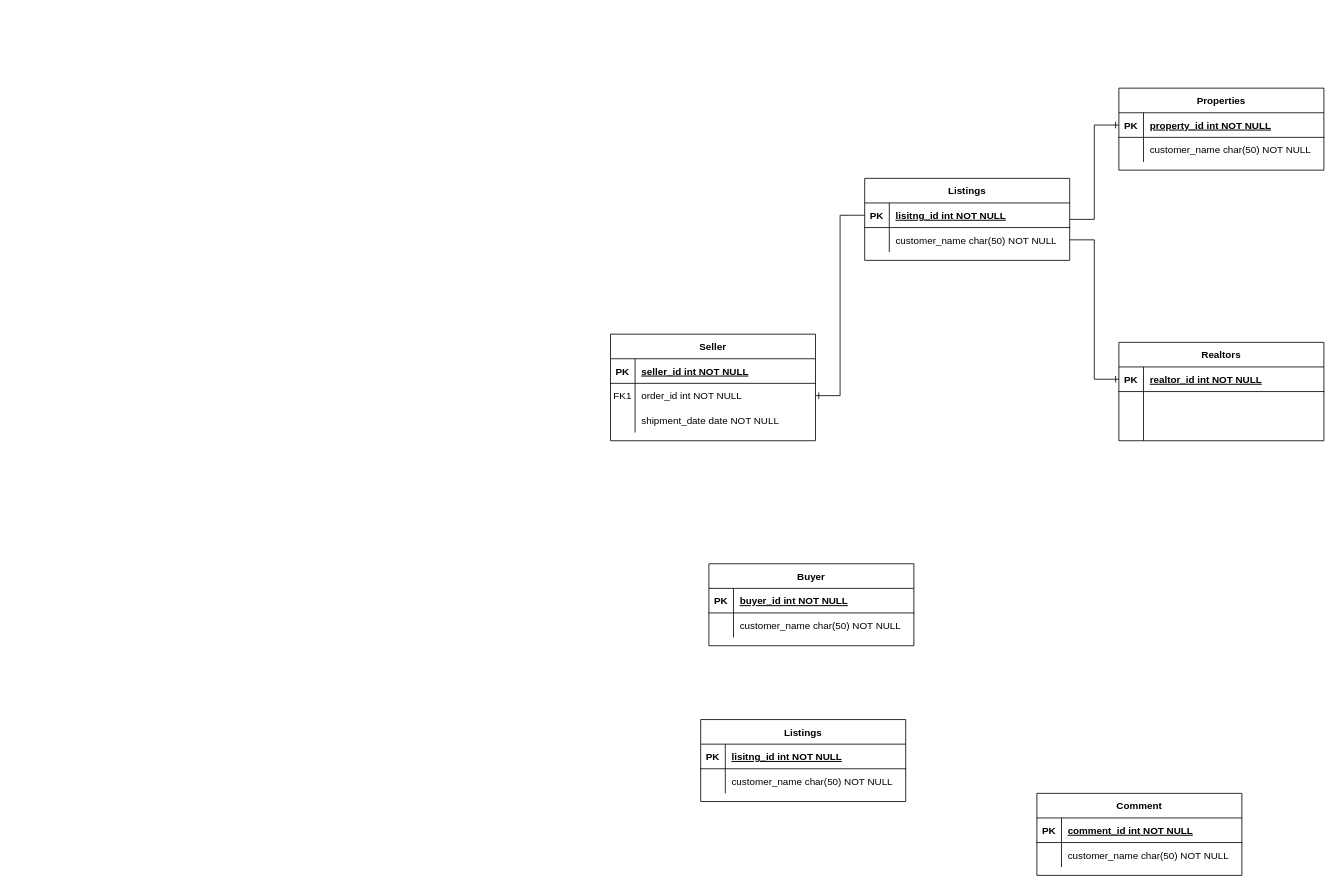
Alli-Garcia/ASE230-Company-website keeps this draw.io diagram as 02/A10_ASE230.drawio. Above is the earlier version. Source tidied: cells renumbered, new cells numbered last; positions are measured from the earlier drawing's top-left corner, leaving out a move shared by most shapes. Both pictures are drawn from the tidied source at 82%, with x=0, y=0 at pixel (610, 88).
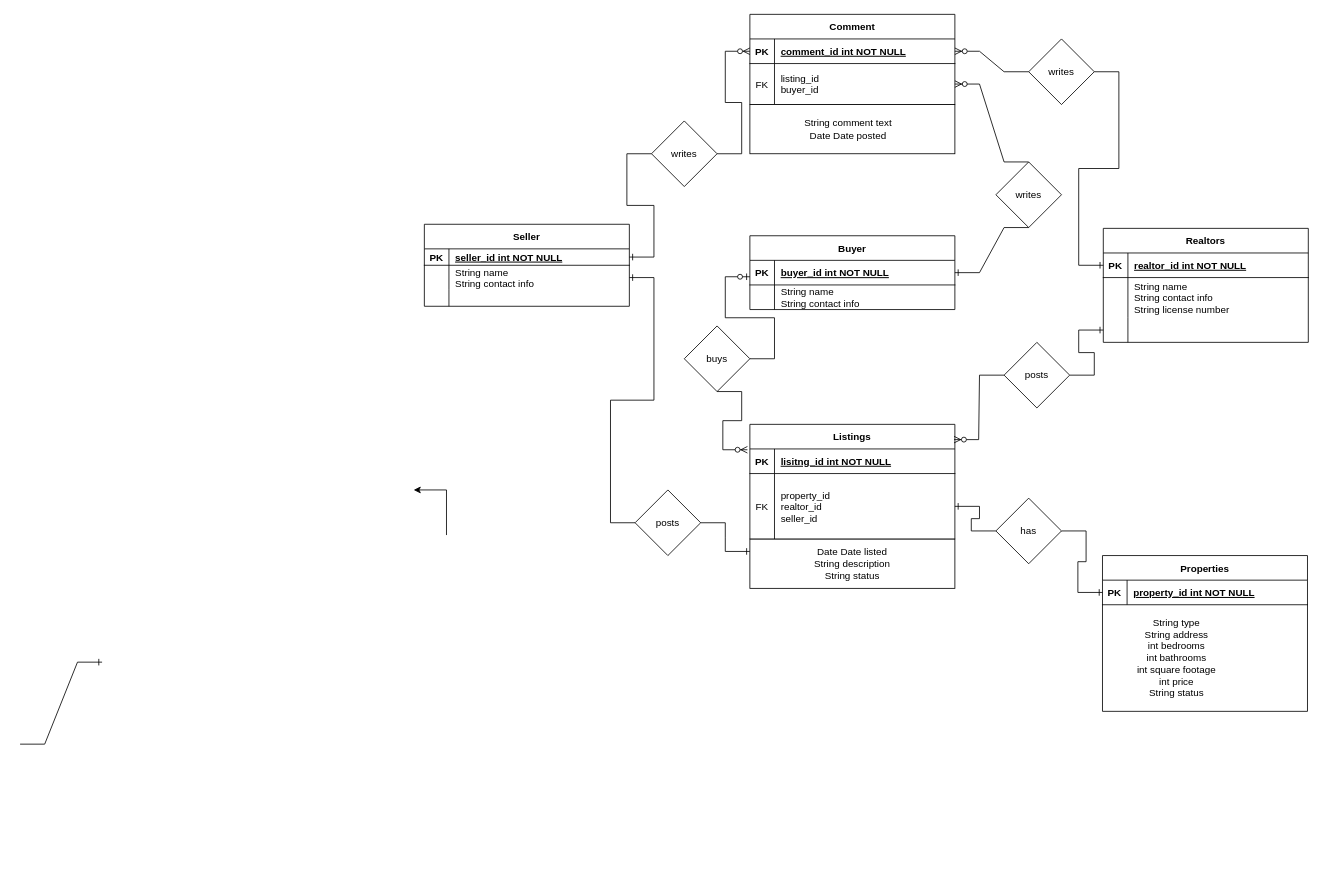
The same page after the edit.

Unchanged cells that the change refers to:
```xml
<mxCell id="3" style="shape=partialRectangle;fillColor=none;points=[[0,0.5],[1,0.5]];portConstraint=eastwest;top=0;left=0;right=0;bottom=1;" parent="2" vertex="1">
  <mxGeometry y="30" width="250" height="30" as="geometry" />
</mxCell>
<mxCell id="30" style="shape=partialRectangle;fillColor=none;points=[[0,0.5],[1,0.5]];portConstraint=eastwest;top=0;left=0;right=0;bottom=1;" parent="29" vertex="1">
  <mxGeometry y="30" width="250" height="30" as="geometry" />
</mxCell>
<mxCell id="37" style="shape=partialRectangle;fillColor=none;points=[[0,0.5],[1,0.5]];portConstraint=eastwest;top=0;left=0;right=0;bottom=1;" parent="36" vertex="1">
  <mxGeometry y="30" width="250" height="30" as="geometry" />
</mxCell>
<mxCell id="40" style="shape=partialRectangle;fillColor=none;top=0;left=0;right=0;bottom=0;" parent="36" vertex="1">
  <mxGeometry y="60" width="250" height="30" as="geometry" />
</mxCell>
<mxCell id="44" style="shape=partialRectangle;fillColor=none;points=[[0,0.5],[1,0.5]];portConstraint=eastwest;top=0;left=0;right=0;bottom=1;" parent="43" vertex="1">
  <mxGeometry y="30" width="250" height="30" as="geometry" />
</mxCell>
<mxCell id="51" style="shape=partialRectangle;fillColor=none;points=[[0,0.5],[1,0.5]];portConstraint=eastwest;top=0;left=0;right=0;bottom=1;" parent="50" vertex="1">
  <mxGeometry y="30" width="250" height="30" as="geometry" />
</mxCell>
```

What changed in the source:
```diff
@@
     <mxCell id="2" value="Realtors" style="shape=table;startSize=30;childLayout=tableLayout;rowLines=0;fontStyle=1;align=center;" parent="1" vertex="1">
-      <mxGeometry x="620" y="310" width="250" height="120" as="geometry" />
+      <mxGeometry x="601" y="171" width="250" height="139" as="geometry" />
     </mxCell>
@@
     <mxCell id="6" style="shape=partialRectangle;fillColor=none;top=0;left=0;right=0;bottom=0;" parent="2" vertex="1">
-      <mxGeometry y="60" width="250" height="30" as="geometry" />
+      <mxGeometry y="60" width="250" height="49" as="geometry" />
     </mxCell>
     <mxCell id="7" style="shape=partialRectangle;overflow=hidden;fillColor=none;top=0;left=0;bottom=0;right=0;" parent="6" vertex="1">
-      <mxGeometry width="30" height="30" as="geometry" />
+      <mxGeometry width="30" height="49" as="geometry" />
     </mxCell>
-    <mxCell id="8" style="shape=partialRectangle;overflow=hidden;fillColor=none;top=0;left=0;bottom=0;right=0;align=left;spacingLeft=6;" parent="6" vertex="1">
-      <mxGeometry x="30" width="220" height="30" as="geometry" />
+    <mxCell id="8" value="String name&#10;String contact info&#10;String license number" style="shape=partialRectangle;overflow=hidden;fillColor=none;top=0;left=0;bottom=0;right=0;align=left;spacingLeft=6;" parent="6" vertex="1">
+      <mxGeometry x="30" width="220" height="49" as="geometry" />
     </mxCell>
     <mxCell id="9" style="shape=partialRectangle;fillColor=none;points=[[0,0.5],[1,0.5]];portConstraint=eastwest;top=0;left=0;right=0;bottom=0;" parent="2" vertex="1">
-      <mxGeometry y="90" width="250" height="30" as="geometry" />
+      <mxGeometry y="109" width="250" height="30" as="geometry" />
     </mxCell>
@@
     <mxCell id="12" value="Seller" style="shape=table;startSize=30;childLayout=tableLayout;rowLines=0;fontStyle=1;align=center;" parent="1" vertex="1">
-      <mxGeometry y="300" width="250" height="130" as="geometry" />
+      <mxGeometry x="-227" y="166" width="250" height="100" as="geometry" />
     </mxCell>
     <mxCell id="13" style="shape=partialRectangle;fillColor=none;points=[[0,0.5],[1,0.5]];portConstraint=eastwest;top=0;left=0;right=0;bottom=1;" parent="12" vertex="1">
-      <mxGeometry y="30" width="250" height="30" as="geometry" />
+      <mxGeometry y="30" width="250" height="20" as="geometry" />
     </mxCell>
     <mxCell id="14" value="PK" style="shape=partialRectangle;overflow=hidden;fillColor=none;top=0;left=0;bottom=0;right=0;fontStyle=1;" parent="13" vertex="1">
-      <mxGeometry width="30" height="30" as="geometry" />
+      <mxGeometry width="30" height="20" as="geometry" />
     </mxCell>
     <mxCell id="15" value="seller_id int NOT NULL " style="shape=partialRectangle;overflow=hidden;fillColor=none;top=0;left=0;bottom=0;right=0;align=left;spacingLeft=6;fontStyle=5;" parent="13" vertex="1">
-      <mxGeometry x="30" width="220" height="30" as="geometry" />
+      <mxGeometry x="30" width="220" height="20" as="geometry" />
     </mxCell>
     <mxCell id="16" style="shape=partialRectangle;fillColor=none;points=[[0,0.5],[1,0.5]];portConstraint=eastwest;top=0;left=0;right=0;bottom=0;" parent="12" vertex="1">
-      <mxGeometry y="60" width="250" height="30" as="geometry" />
+      <mxGeometry y="50" width="250" height="30" as="geometry" />
     </mxCell>
-    <mxCell id="17" value="FK1" style="shape=partialRectangle;overflow=hidden;fillColor=none;top=0;left=0;bottom=0;right=0;" parent="16" vertex="1">
+    <mxCell id="17" style="shape=partialRectangle;overflow=hidden;fillColor=none;top=0;left=0;bottom=0;right=0;" parent="16" vertex="1">
       <mxGeometry width="30" height="30" as="geometry" />
     </mxCell>
-    <mxCell id="18" value="order_id int NOT NULL" style="shape=partialRectangle;overflow=hidden;fillColor=none;top=0;left=0;bottom=0;right=0;align=left;spacingLeft=6;" parent="16" vertex="1">
+    <mxCell id="18" value="String name&#10;String contact info" style="shape=partialRectangle;overflow=hidden;fillColor=none;top=0;left=0;bottom=0;right=0;align=left;spacingLeft=6;" parent="16" vertex="1">
       <mxGeometry x="30" width="220" height="30" as="geometry" />
     </mxCell>
     <mxCell id="19" style="shape=partialRectangle;fillColor=none;top=0;left=0;right=0;bottom=0;" parent="12" vertex="1">
-      <mxGeometry y="90" width="250" height="30" as="geometry" />
+      <mxGeometry y="80" width="250" height="20" as="geometry" />
     </mxCell>
     <mxCell id="20" style="shape=partialRectangle;overflow=hidden;fillColor=none;top=0;left=0;bottom=0;right=0;" parent="19" vertex="1">
-      <mxGeometry width="30" height="30" as="geometry" />
+      <mxGeometry width="30" height="20" as="geometry" />
     </mxCell>
-    <mxCell id="21" value="shipment_date date NOT NULL" style="shape=partialRectangle;overflow=hidden;fillColor=none;top=0;left=0;bottom=0;right=0;align=left;spacingLeft=6;" parent="19" vertex="1">
-      <mxGeometry x="30" width="220" height="30" as="geometry" />
+    <mxCell id="21" style="shape=partialRectangle;overflow=hidden;fillColor=none;top=0;left=0;bottom=0;right=0;align=left;spacingLeft=6;" parent="19" vertex="1">
+      <mxGeometry x="30" width="220" height="20" as="geometry" />
     </mxCell>
-    <mxCell id="22" value="Listings" style="shape=table;startSize=30;childLayout=tableLayout;rowLines=0;fontStyle=1;align=center;" parent="1" vertex="1">
-      <mxGeometry x="110" y="770" width="250" height="100" as="geometry" />
-    </mxCell>
-    <mxCell id="23" style="shape=partialRectangle;fillColor=none;top=0;left=0;right=0;bottom=1;" parent="22" vertex="1">
-      <mxGeometry y="30" width="250" height="30" as="geometry" />
-    </mxCell>
-    <mxCell id="24" value="PK" style="shape=partialRectangle;overflow=hidden;fillColor=none;top=0;left=0;bottom=0;right=0;fontStyle=1;" parent="23" vertex="1">
-      <mxGeometry width="30" height="30" as="geometry" />
-    </mxCell>
-    <mxCell id="25" value="lisitng_id int NOT NULL " style="shape=partialRectangle;overflow=hidden;fillColor=none;top=0;left=0;bottom=0;right=0;align=left;spacingLeft=6;fontStyle=5;" parent="23" vertex="1">
-      <mxGeometry x="30" width="220" height="30" as="geometry" />
-    </mxCell>
-    <mxCell id="26" style="shape=partialRectangle;fillColor=none;top=0;left=0;right=0;bottom=0;" parent="22" vertex="1">
-      <mxGeometry y="60" width="250" height="30" as="geometry" />
-    </mxCell>
-    <mxCell id="27" style="shape=partialRectangle;overflow=hidden;fillColor=none;top=0;left=0;bottom=0;right=0;" parent="26" vertex="1">
-      <mxGeometry width="30" height="30" as="geometry" />
-    </mxCell>
-    <mxCell id="28" value="customer_name char(50) NOT NULL" style="shape=partialRectangle;overflow=hidden;fillColor=none;top=0;left=0;bottom=0;right=0;align=left;spacingLeft=6;" parent="26" vertex="1">
-      <mxGeometry x="30" width="220" height="30" as="geometry" />
-    </mxCell>
     <mxCell id="29" value="Listings" style="shape=table;startSize=30;childLayout=tableLayout;rowLines=0;fontStyle=1;align=center;" parent="1" vertex="1">
-      <mxGeometry x="310" y="110" width="250" height="100" as="geometry" />
+      <mxGeometry x="170" y="410" width="250" height="140" as="geometry" />
     </mxCell>
@@
     <mxCell id="33" style="shape=partialRectangle;fillColor=none;points=[[0,0.5],[1,0.5]];portConstraint=eastwest;top=0;left=0;right=0;bottom=0;" parent="29" vertex="1">
-      <mxGeometry y="60" width="250" height="30" as="geometry" />
+      <mxGeometry y="60" width="250" height="80" as="geometry" />
     </mxCell>
-    <mxCell id="34" style="shape=partialRectangle;overflow=hidden;fillColor=none;top=0;left=0;bottom=0;right=0;" parent="33" vertex="1">
-      <mxGeometry width="30" height="30" as="geometry" />
+    <mxCell id="34" value="FK" style="shape=partialRectangle;overflow=hidden;fillColor=none;top=0;left=0;bottom=0;right=0;" parent="33" vertex="1">
+      <mxGeometry width="30" height="80" as="geometry" />
     </mxCell>
-    <mxCell id="35" value="customer_name char(50) NOT NULL" style="shape=partialRectangle;overflow=hidden;fillColor=none;top=0;left=0;bottom=0;right=0;align=left;spacingLeft=6;" parent="33" vertex="1">
-      <mxGeometry x="30" width="220" height="30" as="geometry" />
+    <mxCell id="35" value="property_id&#10;realtor_id&#10;seller_id" style="shape=partialRectangle;overflow=hidden;fillColor=none;top=0;left=0;bottom=0;right=0;align=left;spacingLeft=6;" parent="33" vertex="1">
+      <mxGeometry x="30" width="220" height="80" as="geometry" />
     </mxCell>
     <mxCell id="36" value="Buyer" style="shape=table;startSize=30;childLayout=tableLayout;rowLines=0;fontStyle=1;align=center;" parent="1" vertex="1">
-      <mxGeometry x="120" y="580" width="250" height="100" as="geometry" />
+      <mxGeometry x="170" y="180" width="250" height="90" as="geometry" />
     </mxCell>
@@
-    <mxCell id="42" value="customer_name char(50) NOT NULL" style="shape=partialRectangle;overflow=hidden;fillColor=none;top=0;left=0;bottom=0;right=0;align=left;spacingLeft=6;" parent="40" vertex="1">
+    <mxCell id="42" value="String name&#10;String contact info" style="shape=partialRectangle;overflow=hidden;fillColor=none;top=0;left=0;bottom=0;right=0;align=left;spacingLeft=6;" parent="40" vertex="1">
       <mxGeometry x="30" width="220" height="30" as="geometry" />
     </mxCell>
     <mxCell id="43" value="Properties" style="shape=table;startSize=30;childLayout=tableLayout;rowLines=0;fontStyle=1;align=center;" parent="1" vertex="1">
-      <mxGeometry x="620" width="250" height="100" as="geometry" />
+      <mxGeometry x="600" y="570" width="250" height="190" as="geometry" />
     </mxCell>
@@
-    <mxCell id="47" style="shape=partialRectangle;fillColor=none;top=0;left=0;right=0;bottom=0;" parent="43" vertex="1">
-      <mxGeometry y="60" width="250" height="30" as="geometry" />
-    </mxCell>
-    <mxCell id="48" style="shape=partialRectangle;overflow=hidden;fillColor=none;top=0;left=0;bottom=0;right=0;" parent="47" vertex="1">
-      <mxGeometry width="30" height="30" as="geometry" />
-    </mxCell>
-    <mxCell id="49" value="customer_name char(50) NOT NULL" style="shape=partialRectangle;overflow=hidden;fillColor=none;top=0;left=0;bottom=0;right=0;align=left;spacingLeft=6;" parent="47" vertex="1">
-      <mxGeometry x="30" width="220" height="30" as="geometry" />
-    </mxCell>
     <mxCell id="50" value="Comment" style="shape=table;startSize=30;childLayout=tableLayout;rowLines=0;fontStyle=1;align=center;" parent="1" vertex="1">
-      <mxGeometry x="520" y="860" width="250" height="100" as="geometry" />
+      <mxGeometry x="170" y="-90" width="250" height="110" as="geometry" />
     </mxCell>
@@
     <mxCell id="54" style="shape=partialRectangle;fillColor=none;points=[[0,0.5],[1,0.5]];portConstraint=eastwest;top=0;left=0;right=0;bottom=0;" parent="50" vertex="1">
-      <mxGeometry y="60" width="250" height="30" as="geometry" />
+      <mxGeometry y="60" width="250" height="50" as="geometry" />
     </mxCell>
-    <mxCell id="55" style="shape=partialRectangle;overflow=hidden;fillColor=none;top=0;left=0;bottom=0;right=0;" parent="54" vertex="1">
-      <mxGeometry width="30" height="30" as="geometry" />
+    <mxCell id="55" value="FK" style="shape=partialRectangle;overflow=hidden;fillColor=none;top=0;left=0;bottom=0;right=0;" parent="54" vertex="1">
+      <mxGeometry width="30" height="50" as="geometry" />
     </mxCell>
-    <mxCell id="56" value="customer_name char(50) NOT NULL" style="shape=partialRectangle;overflow=hidden;fillColor=none;top=0;left=0;bottom=0;right=0;align=left;spacingLeft=6;" parent="54" vertex="1">
-      <mxGeometry x="30" width="220" height="30" as="geometry" />
+    <mxCell id="56" value="listing_id&#10;buyer_id" style="shape=partialRectangle;overflow=hidden;fillColor=none;top=0;left=0;bottom=0;right=0;align=left;spacingLeft=6;" parent="54" vertex="1">
+      <mxGeometry x="30" width="220" height="50" as="geometry" />
     </mxCell>
-    <mxCell id="57" style="edgeStyle=entityRelationEdgeStyle;fontSize=12;html=1;endArrow=ERone;endFill=1;rounded=0;exitX=1;exitY=0.5;exitDx=0;exitDy=0;entryX=0;entryY=0.5;entryDx=0;entryDy=0;" parent="1" edge="1" source="33" target="3">
+    <mxCell id="57" style="edgeStyle=entityRelationEdgeStyle;fontSize=12;html=1;endArrow=ERone;endFill=1;rounded=0;exitX=1;exitY=0.5;exitDx=0;exitDy=0;entryX=0;entryY=0.5;entryDx=0;entryDy=0;" parent="1" edge="1" source="65" target="9">
       <mxGeometry relative="1" as="geometry">
         <Array as="points">
-          <mxPoint x="250" y="270" />
-          <mxPoint x="470" y="560" />
-          <mxPoint x="350" y="420" />
-          <mxPoint x="240" y="400" />
-          <mxPoint x="280" y="560" />
-          <mxPoint x="500" y="680" />
+          <mxPoint x="613.3" y="707" />
+          <mxPoint x="833.3" y="537" />
+          <mxPoint x="493.3" y="567" />
+          <mxPoint x="383.3" y="547" />
+          <mxPoint x="423.3" y="707" />
+          <mxPoint x="643.3" y="827" />
         </Array>
       </mxGeometry>
     </mxCell>
-    <mxCell id="58" style="edgeStyle=entityRelationEdgeStyle;fontSize=12;html=1;endArrow=ERone;endFill=1;rounded=0;entryX=0;entryY=0.5;entryDx=0;entryDy=0;" parent="1" edge="1" target="44">
-      <mxGeometry relative="1" as="geometry">
-        <mxPoint x="560" y="160" as="sourcePoint" />
-        <Array as="points">
-          <mxPoint x="625" y="80" />
-          <mxPoint x="625" y="110" />
-        </Array>
-      </mxGeometry>
-    </mxCell>
-    <mxCell id="59" style="edgeStyle=entityRelationEdgeStyle;fontSize=12;html=1;endArrow=ERone;endFill=1;rounded=0;entryX=1;entryY=0.5;entryDx=0;entryDy=0;exitX=0;exitY=0.5;exitDx=0;exitDy=0;" parent="1" edge="1" source="30" target="16">
-      <mxGeometry relative="1" as="geometry" />
-    </mxCell>
+    <mxCell id="60" value="writes" style="rhombus;whiteSpace=wrap;html=1;" parent="1" vertex="1">
+      <mxGeometry x="50" y="40" width="80" height="80" as="geometry" />
+    </mxCell>
+    <mxCell id="61" style="edgeStyle=entityRelationEdgeStyle;fontSize=12;html=1;endArrow=ERzeroToMany;endFill=1;rounded=0;entryX=0;entryY=0.5;entryDx=0;entryDy=0;exitX=1;exitY=0.5;exitDx=0;exitDy=0;" parent="1" edge="1" source="60" target="51">
+      <mxGeometry relative="1" as="geometry">
+        <Array as="points">
+          <mxPoint x="800" y="-595" />
+        </Array>
+      </mxGeometry>
+    </mxCell>
+    <mxCell id="62" value="writes" style="rhombus;whiteSpace=wrap;html=1;" parent="1" vertex="1">
+      <mxGeometry x="470" y="90" width="80" height="80" as="geometry" />
+    </mxCell>
+    <mxCell id="63" style="edgeStyle=entityRelationEdgeStyle;fontSize=12;html=1;endArrow=ERone;endFill=1;rounded=0;entryX=1;entryY=0.5;entryDx=0;entryDy=0;exitX=0;exitY=0.5;exitDx=0;exitDy=0;" parent="1" edge="1" source="60" target="13">
+      <mxGeometry relative="1" as="geometry" />
+    </mxCell>
+    <mxCell id="64" value="writes" style="rhombus;whiteSpace=wrap;html=1;" parent="1" vertex="1">
+      <mxGeometry x="510" y="-60" width="80" height="80" as="geometry" />
+    </mxCell>
+    <mxCell id="65" value="posts" style="rhombus;whiteSpace=wrap;html=1;" parent="1" vertex="1">
+      <mxGeometry x="480" y="310" width="80" height="80" as="geometry" />
+    </mxCell>
+    <mxCell id="66" value="posts" style="rhombus;whiteSpace=wrap;html=1;" parent="1" vertex="1">
+      <mxGeometry x="30" y="490" width="80" height="80" as="geometry" />
+    </mxCell>
+    <mxCell id="67" style="edgeStyle=entityRelationEdgeStyle;fontSize=12;html=1;endArrow=ERone;endFill=1;rounded=0;entryX=1;entryY=0.5;entryDx=0;entryDy=0;exitX=0;exitY=0.5;exitDx=0;exitDy=0;" parent="1" edge="1" source="66" target="16">
+      <mxGeometry relative="1" as="geometry" />
+    </mxCell>
+    <mxCell id="68" style="edgeStyle=entityRelationEdgeStyle;fontSize=12;html=1;endArrow=ERone;endFill=1;rounded=0;entryX=0;entryY=0.25;entryDx=0;entryDy=0;exitX=1;exitY=0.5;exitDx=0;exitDy=0;" parent="1" edge="1" source="66" target="78">
+      <mxGeometry relative="1" as="geometry" />
+    </mxCell>
+    <mxCell id="69" style="edgeStyle=entityRelationEdgeStyle;fontSize=12;html=1;endArrow=ERone;endFill=1;rounded=0;entryX=0;entryY=0.5;entryDx=0;entryDy=0;exitX=1;exitY=0.5;exitDx=0;exitDy=0;" parent="1" edge="1" source="64" target="3">
+      <mxGeometry relative="1" as="geometry" />
+    </mxCell>
+    <mxCell id="70" style="edgeStyle=entityRelationEdgeStyle;fontSize=12;html=1;endArrow=ERone;endFill=1;rounded=0;entryX=1;entryY=0.5;entryDx=0;entryDy=0;exitX=0.5;exitY=1;exitDx=0;exitDy=0;" parent="1" edge="1" source="62" target="37">
+      <mxGeometry relative="1" as="geometry" />
+    </mxCell>
+    <mxCell id="71" style="edgeStyle=entityRelationEdgeStyle;fontSize=12;html=1;endArrow=ERzeroToMany;endFill=1;rounded=0;exitX=0.5;exitY=0;exitDx=0;exitDy=0;entryX=1;entryY=0.5;entryDx=0;entryDy=0;" parent="1" edge="1" source="62" target="54">
+      <mxGeometry relative="1" as="geometry" />
+    </mxCell>
+    <mxCell id="72" style="edgeStyle=entityRelationEdgeStyle;fontSize=12;html=1;endArrow=ERzeroToMany;endFill=1;rounded=0;exitX=0;exitY=0.5;exitDx=0;exitDy=0;entryX=1;entryY=0.5;entryDx=0;entryDy=0;" parent="1" edge="1" source="64" target="51">
+      <mxGeometry relative="1" as="geometry" />
+    </mxCell>
+    <mxCell id="73" style="edgeStyle=entityRelationEdgeStyle;fontSize=12;html=1;endArrow=ERzeroToMany;endFill=1;rounded=0;exitX=0;exitY=0.5;exitDx=0;exitDy=0;entryX=0.996;entryY=0.133;entryDx=0;entryDy=0;entryPerimeter=0;" parent="1" edge="1" source="65" target="29">
+      <mxGeometry relative="1" as="geometry" />
+    </mxCell>
+    <mxCell id="74" value="has" style="rhombus;whiteSpace=wrap;html=1;" parent="1" vertex="1">
+      <mxGeometry x="470" y="500" width="80" height="80" as="geometry" />
+    </mxCell>
+    <mxCell id="75" value="String type&lt;br&gt;String address&lt;br&gt;int bedrooms&lt;br&gt;int bathrooms&lt;br&gt;int square footage&lt;br&gt;int price&lt;br&gt;String status" style="text;html=1;align=center;verticalAlign=middle;strokeColor=none;fillColor=none;" parent="1" vertex="1">
+      <mxGeometry x="630" y="640" width="120" height="110" as="geometry" />
+    </mxCell>
+    <mxCell id="76" style="edgeStyle=entityRelationEdgeStyle;fontSize=12;html=1;endArrow=ERone;endFill=1;rounded=0;entryX=1;entryY=0.5;entryDx=0;entryDy=0;exitX=0;exitY=0.5;exitDx=0;exitDy=0;" parent="1" edge="1" source="74" target="33">
+      <mxGeometry relative="1" as="geometry" />
+    </mxCell>
+    <mxCell id="77" style="edgeStyle=entityRelationEdgeStyle;fontSize=12;html=1;endArrow=ERone;endFill=1;rounded=0;entryX=0;entryY=0.5;entryDx=0;entryDy=0;" parent="1" edge="1" source="74" target="44">
+      <mxGeometry relative="1" as="geometry" />
+    </mxCell>
+    <mxCell id="78" style="rounded=0;whiteSpace=wrap;html=1;" parent="1" vertex="1">
+      <mxGeometry x="170" y="550" width="250" height="60" as="geometry" />
+    </mxCell>
+    <mxCell id="79" value="Date Date listed&lt;br&gt;String description&lt;br&gt;String status" style="text;html=1;strokeColor=none;fillColor=none;align=center;verticalAlign=middle;whiteSpace=wrap;rounded=0;" parent="1" vertex="1">
+      <mxGeometry x="210" y="565" width="170" height="30" as="geometry" />
+    </mxCell>
+    <mxCell id="80" style="rounded=0;whiteSpace=wrap;html=1;" parent="1" vertex="1">
+      <mxGeometry x="170" y="20" width="250" height="60" as="geometry" />
+    </mxCell>
+    <mxCell id="81" value="String comment text&lt;br&gt;Date Date posted" style="text;html=1;strokeColor=none;fillColor=none;align=center;verticalAlign=middle;whiteSpace=wrap;rounded=0;" parent="1" vertex="1">
+      <mxGeometry x="200" y="35" width="180" height="30" as="geometry" />
+    </mxCell>
+    <mxCell id="82" style="edgeStyle=orthogonalEdgeStyle;rounded=0;orthogonalLoop=1;jettySize=auto;html=1;exitX=0;exitY=0.5;exitDx=0;exitDy=0;" parent="1" edge="1">
+      <mxGeometry relative="1" as="geometry">
+        <mxPoint x="-200" y="545" as="sourcePoint" />
+        <mxPoint x="-240" y="490" as="targetPoint" />
+        <Array as="points">
+          <mxPoint x="-200" y="545" />
+          <mxPoint x="-200" y="545" />
+        </Array>
+      </mxGeometry>
+    </mxCell>
+    <mxCell id="83" style="rhombus;whiteSpace=wrap;html=1;" parent="1" vertex="1">
+      <mxGeometry x="90" y="290" width="80" height="80" as="geometry" />
+    </mxCell>
+    <mxCell id="84" value="buys" style="text;html=1;strokeColor=none;fillColor=none;align=center;verticalAlign=middle;whiteSpace=wrap;rounded=0;" parent="1" vertex="1">
+      <mxGeometry x="100" y="315" width="60" height="30" as="geometry" />
+    </mxCell>
+    <mxCell id="85" style="edgeStyle=entityRelationEdgeStyle;fontSize=12;html=1;endArrow=ERone;endFill=1;rounded=0;" parent="1" edge="1">
+      <mxGeometry relative="1" as="geometry">
+        <mxPoint x="-720" y="800" as="sourcePoint" />
+        <mxPoint x="-620" y="700" as="targetPoint" />
+      </mxGeometry>
+    </mxCell>
+    <mxCell id="86" style="edgeStyle=entityRelationEdgeStyle;fontSize=12;html=1;endArrow=ERzeroToOne;endFill=1;rounded=0;exitX=1;exitY=0.5;exitDx=0;exitDy=0;" parent="1" edge="1" source="83">
+      <mxGeometry relative="1" as="geometry">
+        <mxPoint x="170" y="230" as="targetPoint" />
+      </mxGeometry>
+    </mxCell>
+    <mxCell id="87" style="edgeStyle=entityRelationEdgeStyle;fontSize=12;html=1;endArrow=ERzeroToMany;endFill=1;rounded=0;entryX=-0.012;entryY=0.033;entryDx=0;entryDy=0;entryPerimeter=0;exitX=0.5;exitY=1;exitDx=0;exitDy=0;" parent="1" edge="1" source="83" target="30">
+      <mxGeometry relative="1" as="geometry" />
+    </mxCell>
```
